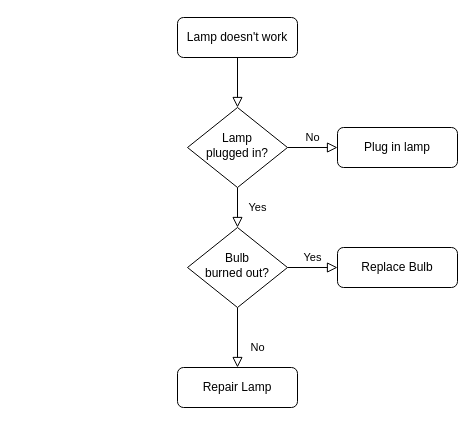
Earlier version of the draw.io diagram Untitled Diagram.drawio (KieuminhBui/githubtest). Source tidied: cells renumbered, new cells numbered last; positions are measured from the earlier drawing's top-left corner, leaving out a move shared by most shapes. Both pictures are drawn from the tidied source at 100%, with x=0, y=0 at pixel (177, 17).
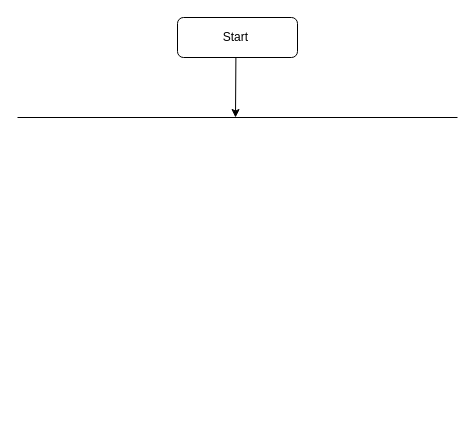
The same diagram, later.

Commit message:
Pizza FlowChart

Diff of the diagram source:
```diff
@@
 <mxGraphModel>
   <root>
     <mxCell id="0" />
     <mxCell id="1" parent="0" />
-    <mxCell id="2" style="rounded=0;html=1;jettySize=auto;fontSize=11;endArrow=block;endFill=0;endSize=8;strokeWidth=1;shadow=0;labelBackgroundColor=none;edgeStyle=orthogonalEdgeStyle;" parent="1" edge="1" source="3" target="6">
-      <mxGeometry relative="1" as="geometry" />
-    </mxCell>
-    <mxCell id="3" value="Lamp doesn't work" style="rounded=1;whiteSpace=wrap;html=1;fontSize=12;glass=0;strokeWidth=1;shadow=0;" parent="1" vertex="1">
+    <mxCell id="3" value="Start&amp;nbsp;" style="rounded=1;whiteSpace=wrap;html=1;fontSize=12;glass=0;strokeWidth=1;shadow=0;" parent="1" vertex="1">
       <mxGeometry width="120" height="40" as="geometry" />
     </mxCell>
-    <mxCell id="4" value="Yes" style="rounded=0;html=1;jettySize=auto;fontSize=11;endArrow=block;endFill=0;endSize=8;strokeWidth=1;shadow=0;labelBackgroundColor=none;edgeStyle=orthogonalEdgeStyle;" parent="1" edge="1" source="6" target="10">
-      <mxGeometry y="20" relative="1" as="geometry" />
-    </mxCell>
-    <mxCell id="5" value="No" style="edgeStyle=orthogonalEdgeStyle;rounded=0;html=1;jettySize=auto;fontSize=11;endArrow=block;endFill=0;endSize=8;strokeWidth=1;shadow=0;labelBackgroundColor=none;" parent="1" edge="1" source="6" target="7">
-      <mxGeometry y="10" relative="1" as="geometry" />
-    </mxCell>
-    <mxCell id="6" value="Lamp&lt;br&gt;plugged in?" style="rhombus;whiteSpace=wrap;html=1;shadow=0;fontFamily=Helvetica;fontSize=12;align=center;strokeWidth=1;spacing=6;spacingTop=-4;" parent="1" vertex="1">
-      <mxGeometry x="10" y="90" width="100" height="80" as="geometry" />
-    </mxCell>
-    <mxCell id="7" value="Plug in lamp" style="rounded=1;whiteSpace=wrap;html=1;fontSize=12;glass=0;strokeWidth=1;shadow=0;" parent="1" vertex="1">
-      <mxGeometry x="160" y="110" width="120" height="40" as="geometry" />
-    </mxCell>
-    <mxCell id="8" value="No" style="rounded=0;html=1;jettySize=auto;fontSize=11;endArrow=block;endFill=0;endSize=8;strokeWidth=1;shadow=0;labelBackgroundColor=none;edgeStyle=orthogonalEdgeStyle;" parent="1" edge="1" source="10" target="11">
-      <mxGeometry x="0.33" y="20" relative="1" as="geometry" />
-    </mxCell>
-    <mxCell id="9" value="Yes" style="edgeStyle=orthogonalEdgeStyle;rounded=0;html=1;jettySize=auto;fontSize=11;endArrow=block;endFill=0;endSize=8;strokeWidth=1;shadow=0;labelBackgroundColor=none;" parent="1" edge="1" source="10" target="12">
-      <mxGeometry y="10" relative="1" as="geometry" />
-    </mxCell>
-    <mxCell id="10" value="Bulb&lt;br&gt;burned out?" style="rhombus;whiteSpace=wrap;html=1;shadow=0;fontFamily=Helvetica;fontSize=12;align=center;strokeWidth=1;spacing=6;spacingTop=-4;" parent="1" vertex="1">
-      <mxGeometry x="10" y="210" width="100" height="80" as="geometry" />
-    </mxCell>
-    <mxCell id="11" value="Repair Lamp" style="rounded=1;whiteSpace=wrap;html=1;fontSize=12;glass=0;strokeWidth=1;shadow=0;" parent="1" vertex="1">
-      <mxGeometry y="350" width="120" height="40" as="geometry" />
-    </mxCell>
-    <mxCell id="12" value="Replace Bulb" style="rounded=1;whiteSpace=wrap;html=1;fontSize=12;glass=0;strokeWidth=1;shadow=0;" parent="1" vertex="1">
-      <mxGeometry x="160" y="230" width="120" height="40" as="geometry" />
-    </mxCell>
+    <mxCell id="13" style="endArrow=classic;html=1;rounded=0;exitX=0.428;exitY=1;exitDx=0;exitDy=0;exitPerimeter=0;" parent="1" edge="1">
+      <mxGeometry relative="1" as="geometry">
+        <mxPoint x="58.4" y="40" as="sourcePoint" />
+        <mxPoint x="58" y="100" as="targetPoint" />
+      </mxGeometry>
+    </mxCell>
+    <mxCell id="14" style="endArrow=none;html=1;rounded=0;" parent="1" edge="1">
+      <mxGeometry relative="1" as="geometry">
+        <mxPoint x="-160" y="100" as="sourcePoint" />
+        <mxPoint x="280" y="100" as="targetPoint" />
+        <Array as="points">
+          <mxPoint x="-160" y="100" />
+        </Array>
+      </mxGeometry>
+    </mxCell>
   </root>
 </mxGraphModel>
```
